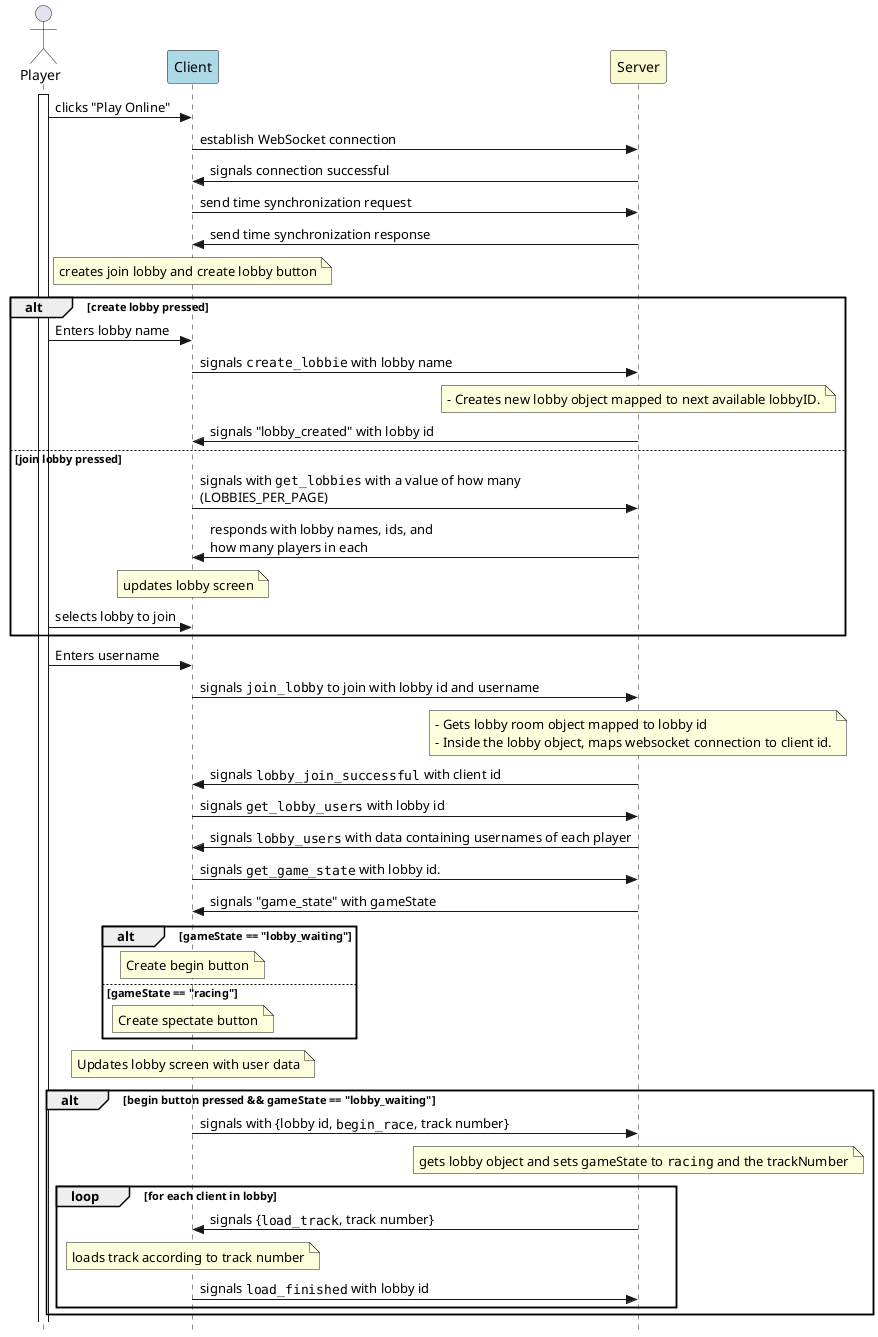
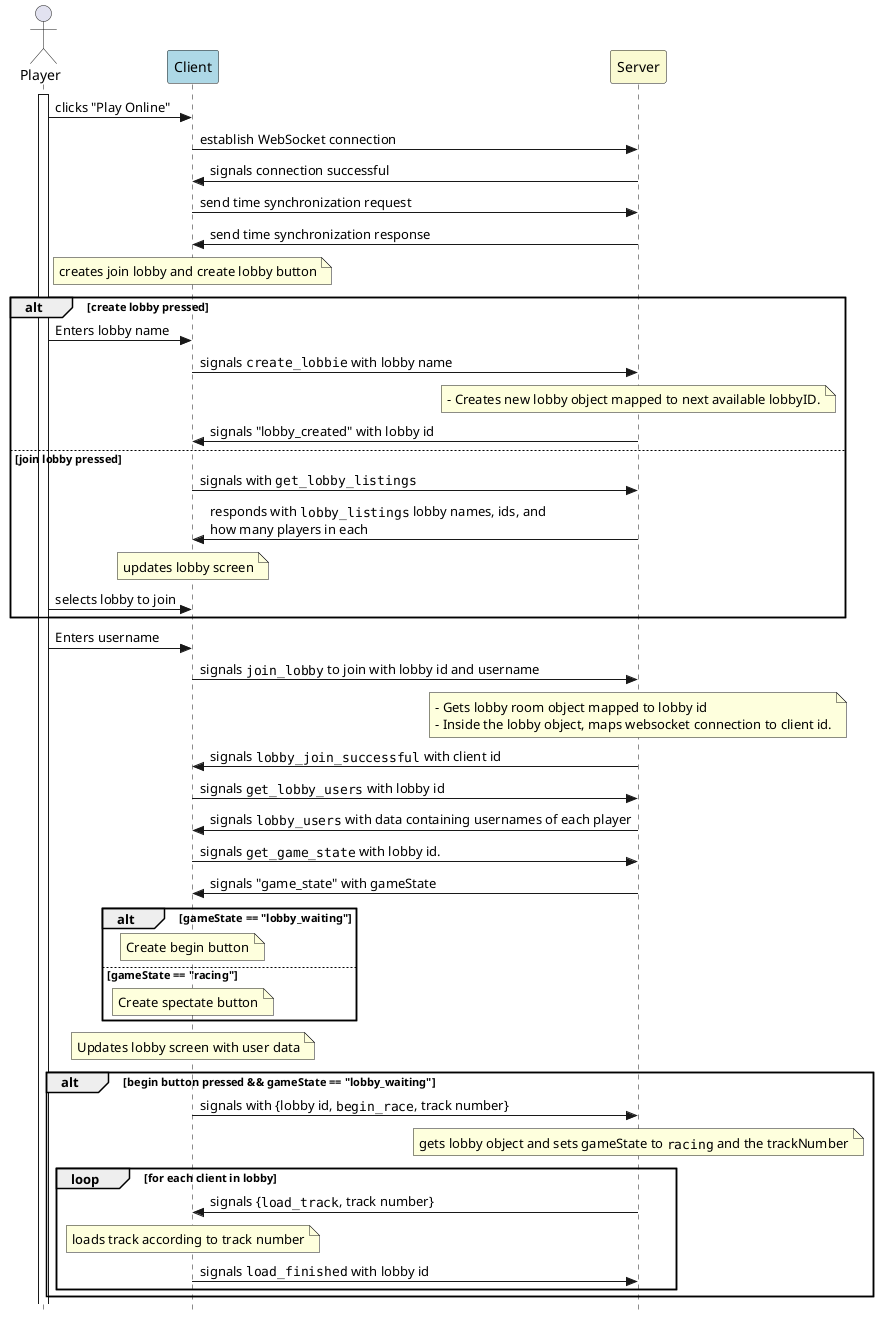
@startuml OnlineRacer proposed connection Diagram
skinparam style strictuml

' participant mainMenu #white
actor Player
participant Client #LightBlue
participant Server #LightGoldenRodYellow

Player++
Player -> Client : clicks "Play Online"

Client -> Server : establish WebSocket connection
Server -> Client: signals connection successful
Client -> Server: send time synchronization request
Server -> Client: send time synchronization response
note over Client: creates join lobby and create lobby button

alt create lobby pressed
Player -> Client: Enters lobby name
Client -> Server: signals ""create_lobbie"" with lobby name
note over Server
- Creates new lobby object mapped to next available lobbyID.
endnote
Server -> Client: signals "lobby_created" with lobby id

else join lobby pressed

- Client -> Server: signals with ""get_lobbies"" with a value of how many \n(LOBBIES_PER_PAGE)
- Server -> Client: responds with lobby names, ids, and\nhow many players in each
+ Client -> Server: signals with ""get_lobby_listings""
+ Server -> Client: responds with ""lobby_listings"" lobby names, ids, and\nhow many players in each
note over Client: updates lobby screen
Player -> Client: selects lobby to join
end
Player -> Client: Enters username
Client -> Server: signals ""join_lobby"" to join with lobby id and username
note over Server
    - Gets lobby room object mapped to lobby id
    - Inside the lobby object, maps websocket connection to client id.
end note
Server -> Client: signals ""lobby_join_successful"" with client id
Client -> Server: signals ""get_lobby_users"" with lobby id
Server -> Client: signals ""lobby_users"" with data containing usernames of each player
Client -> Server: signals ""get_game_state"" with lobby id.
Server -> Client: signals "game_state" with gameState

alt gameState == "lobby_waiting"
note over Client: Create begin button
else gameState == "racing"
note over Client: Create spectate button
end

note over Client: Updates lobby screen with user data

alt begin button pressed && gameState == "lobby_waiting"
Client -> Server: signals with {lobby id, ""begin_race"", track number}
note over Server: gets lobby object and sets gameState to ""racing"" and the trackNumber

loop for each client in lobby
Server -> Client: signals {""load_track"", track number}
note over Client: loads track according to track number
Client -> Server: signals ""load_finished"" with lobby id
end
end




